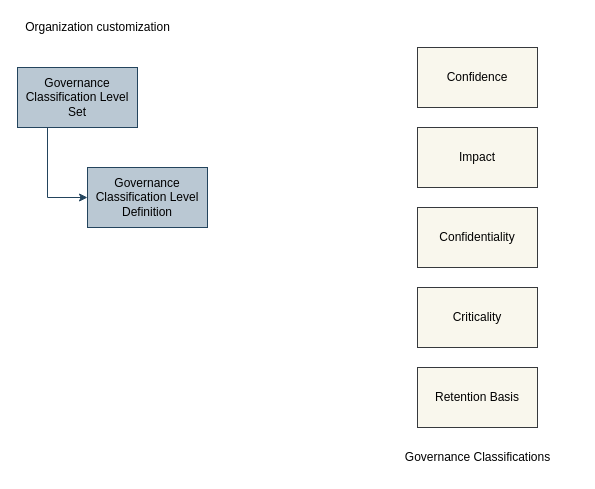
Earlier version of the draw.io diagram page "level-definition" (6 of 7) of site/docs/guides/planning/governance-program/governance-program-planning.drawio (odpi/egeria-docs). Source tidied: cells renumbered, new cells numbered last; positions are measured from the earlier drawing's top-left corner, leaving out a move shared by most shapes. Both pictures are drawn from the tidied source at 100%, with x=0, y=0 at pixel (17, 17).
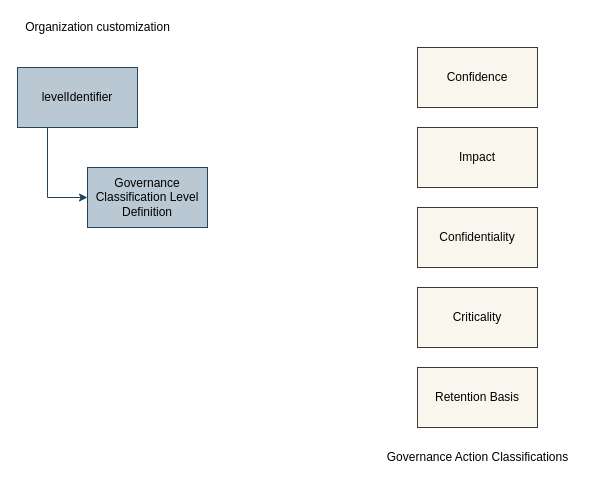
After the change.

The edit, as a diff of the source:
```diff
@@
 <mxGraphModel>
   <root>
     <mxCell id="0" />
     <mxCell id="1" parent="0" />
     <mxCell id="2" value="Governance Classification Level&lt;br&gt;Definition" style="rounded=0;whiteSpace=wrap;html=1;align=center;fillColor=#bac8d3;strokeColor=#23445d;" parent="1" vertex="1">
       <mxGeometry x="70" y="150" width="120" height="60" as="geometry" />
     </mxCell>
     <mxCell id="3" style="edgeStyle=orthogonalEdgeStyle;rounded=0;jettySize=auto;html=1;exitX=0.25;exitY=1;exitDx=0;exitDy=0;entryX=0;entryY=0.5;entryDx=0;entryDy=0;fillColor=#bac8d3;strokeColor=#23445d;" parent="1" edge="1" source="4" target="2">
       <mxGeometry relative="1" as="geometry" />
     </mxCell>
-    <mxCell id="4" value="Governance Classification Level&lt;br&gt;Set" style="rounded=0;whiteSpace=wrap;html=1;align=center;fillColor=#bac8d3;strokeColor=#23445d;" parent="1" vertex="1">
+    <mxCell id="4" value="levelIdentifier" style="rounded=0;whiteSpace=wrap;html=1;align=center;fillColor=#bac8d3;strokeColor=#23445d;" parent="1" vertex="1">
       <mxGeometry y="50" width="120" height="60" as="geometry" />
     </mxCell>
     <mxCell id="5" value="Confidence" style="rounded=0;whiteSpace=wrap;html=1;align=center;fillColor=#f9f7ed;strokeColor=#36393d;" parent="1" vertex="1">
       <mxGeometry x="400" y="30" width="120" height="60" as="geometry" />
     </mxCell>
     <mxCell id="6" value="Impact" style="rounded=0;whiteSpace=wrap;html=1;align=center;fillColor=#f9f7ed;strokeColor=#36393d;" parent="1" vertex="1">
       <mxGeometry x="400" y="110" width="120" height="60" as="geometry" />
     </mxCell>
     <mxCell id="7" value="Confidentiality" style="rounded=0;whiteSpace=wrap;html=1;align=center;fillColor=#f9f7ed;strokeColor=#36393d;" parent="1" vertex="1">
       <mxGeometry x="400" y="190" width="120" height="60" as="geometry" />
     </mxCell>
     <mxCell id="8" value="Criticality" style="rounded=0;whiteSpace=wrap;html=1;align=center;fillColor=#f9f7ed;strokeColor=#36393d;" parent="1" vertex="1">
       <mxGeometry x="400" y="270" width="120" height="60" as="geometry" />
     </mxCell>
     <mxCell id="9" value="Retention Basis" style="rounded=0;whiteSpace=wrap;html=1;align=center;fillColor=#f9f7ed;strokeColor=#36393d;" parent="1" vertex="1">
       <mxGeometry x="400" y="350" width="120" height="60" as="geometry" />
     </mxCell>
     <mxCell id="10" value="Organization customization" style="text;html=1;align=center;verticalAlign=middle;" parent="1" vertex="1">
       <mxGeometry width="160" height="20" as="geometry" />
     </mxCell>
-    <mxCell id="11" value="Governance Classifications" style="text;html=1;align=center;verticalAlign=middle;" parent="1" vertex="1">
-      <mxGeometry x="380" y="430" width="160" height="20" as="geometry" />
+    <mxCell id="11" value="Governance Action Classifications" style="text;html=1;align=center;verticalAlign=middle;" parent="1" vertex="1">
+      <mxGeometry x="360" y="425" width="200" height="30" as="geometry" />
     </mxCell>
   </root>
 </mxGraphModel>
```
